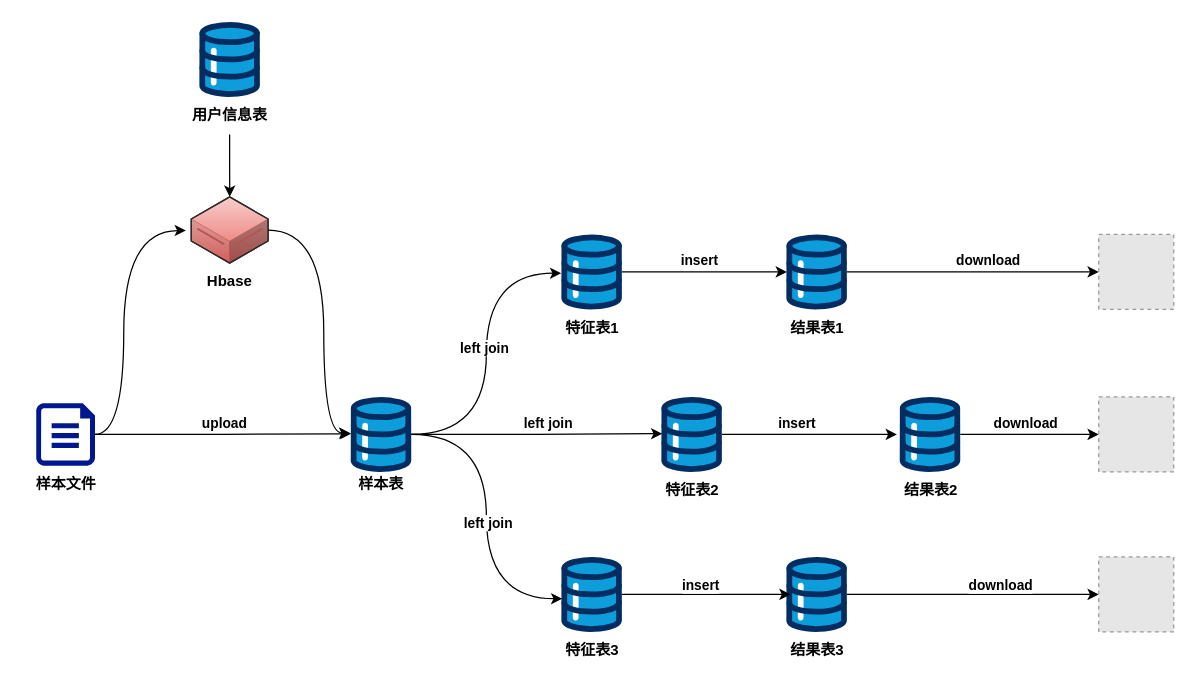
Earlier version of the draw.io diagram 未命名绘图.drawio (999V/draw). Source tidied: cells renumbered, new cells numbered last; positions are measured from the earlier drawing's top-left corner, leaving out a move shared by most shapes. Both pictures are drawn from the tidied source at 125%, with x=0, y=0 at pixel (21, 21). Pictures stored in the file or linked from it are replaced by grey dashed boxes.
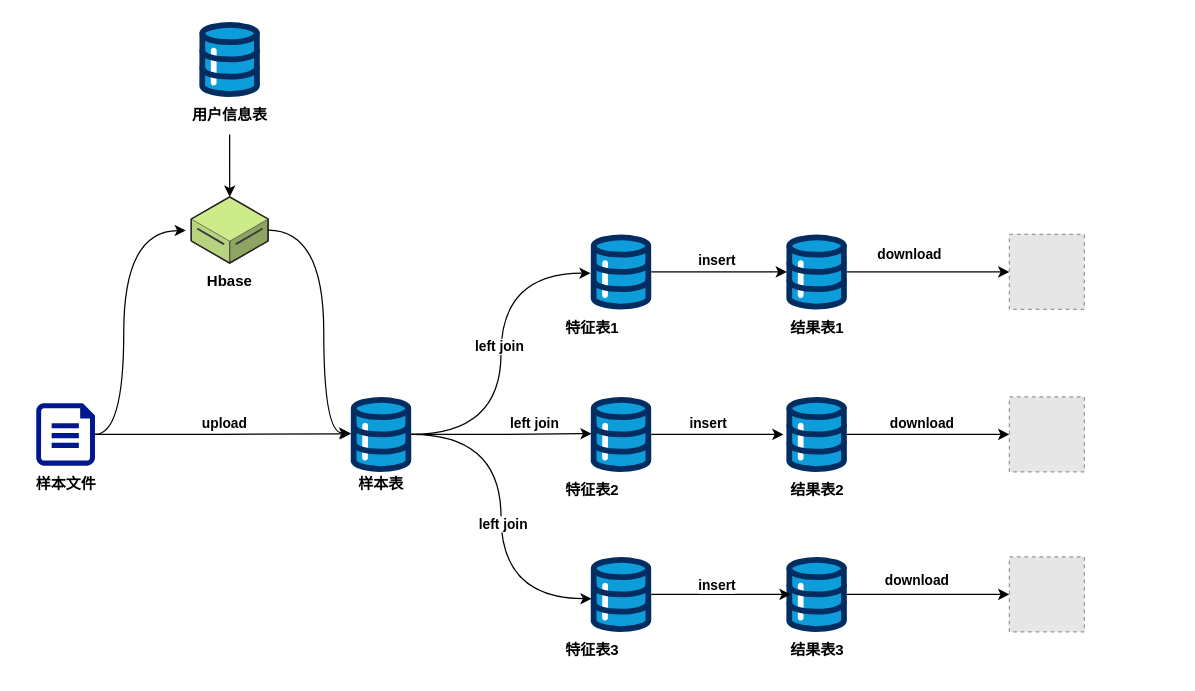
The same diagram, later.

Unchanged cells that the change refers to:
```xml
<mxCell id="18" style="edgeStyle=orthogonalEdgeStyle;rounded=0;jettySize=auto;html=1;entryX=0.015;entryY=0.49;entryDx=0;entryDy=0;entryPerimeter=0;fontStyle=1;" parent="1" edge="1" source="5" target="14">
  <mxGeometry relative="1" as="geometry" />
</mxCell>
<mxCell id="22" style="edgeStyle=orthogonalEdgeStyle;rounded=0;jettySize=auto;html=1;fontStyle=1;" parent="1" edge="1" source="24" target="40">
  <mxGeometry relative="1" as="geometry" />
</mxCell>
<mxCell id="34" style="edgeStyle=orthogonalEdgeStyle;rounded=0;jettySize=auto;html=1;fontStyle=1;" parent="1" edge="1" source="36" target="42">
  <mxGeometry relative="1" as="geometry" />
</mxCell>
```

Diff of the diagram source:
```diff
@@
     <mxCell id="12" style="verticalLabelPosition=bottom;html=1;shape=mxgraph.salesforce.data;fontStyle=1;" parent="1" vertex="1">
-      <mxGeometry x="431.5" y="170" width="48.6" height="60" as="geometry" />
+      <mxGeometry x="455" y="170" width="48.6" height="60" as="geometry" />
     </mxCell>
@@
     <mxCell id="14" style="verticalLabelPosition=bottom;html=1;shape=mxgraph.salesforce.data;fontStyle=1;" parent="1" vertex="1">
-      <mxGeometry x="511.5" y="300" width="48.6" height="60" as="geometry" />
+      <mxGeometry x="455" y="300" width="48.6" height="60" as="geometry" />
     </mxCell>
     <mxCell id="15" value="特征表2" style="text;html=1;align=center;verticalAlign=middle;strokeColor=none;fillColor=none;fontStyle=1;" parent="1" vertex="1">
-      <mxGeometry x="500.8" y="360" width="70" height="30" as="geometry" />
+      <mxGeometry x="420.8" y="360" width="70" height="30" as="geometry" />
     </mxCell>
     <mxCell id="16" style="verticalLabelPosition=bottom;html=1;shape=mxgraph.salesforce.data;fontStyle=1;" parent="1" vertex="1">
-      <mxGeometry x="431.5" y="428" width="48.6" height="60" as="geometry" />
+      <mxGeometry x="455" y="428" width="48.6" height="60" as="geometry" />
     </mxCell>
@@
     <mxCell id="19" value="left join" style="edgeLabel;html=1;align=center;verticalAlign=middle;fontStyle=1;" parent="18" vertex="1">
       <mxGeometry x="0.06" y="-2" relative="1" as="geometry">
-        <mxPoint x="3" y="-11" as="offset" />
+        <mxPoint x="22" y="-11" as="offset" />
       </mxGeometry>
     </mxCell>
@@
     <mxCell id="23" value="download" style="edgeLabel;html=1;align=center;verticalAlign=middle;fontStyle=1;" parent="22" vertex="1">
       <mxGeometry x="-0.07" y="-2" relative="1" as="geometry">
-        <mxPoint x="18" y="-12" as="offset" />
+        <mxPoint x="-11" y="-17" as="offset" />
       </mxGeometry>
     </mxCell>
@@
     <mxCell id="30" style="verticalLabelPosition=bottom;html=1;shape=mxgraph.salesforce.data;fontStyle=1;fillColor=#cdeb8b;strokeColor=#36393d;" parent="1" vertex="1">
-      <mxGeometry x="702.2" y="300" width="48.6" height="60" as="geometry" />
+      <mxGeometry x="611.5" y="300" width="48.6" height="60" as="geometry" />
     </mxCell>
     <mxCell id="31" value="结果表2" style="text;html=1;align=center;verticalAlign=middle;strokeColor=none;fillColor=none;fontStyle=1;" parent="1" vertex="1">
-      <mxGeometry x="691.5" y="360" width="70" height="30" as="geometry" />
+      <mxGeometry x="600.8" y="360" width="70" height="30" as="geometry" />
     </mxCell>
@@
     <mxCell id="35" value="download" style="edgeLabel;html=1;align=center;verticalAlign=middle;fontStyle=1;" parent="34" vertex="1">
       <mxGeometry x="-0.06" y="1" relative="1" as="geometry">
-        <mxPoint x="27" y="-7" as="offset" />
+        <mxPoint x="-6" y="-11" as="offset" />
       </mxGeometry>
     </mxCell>
@@
     <mxCell id="40" style="fillColor=#E6E6E6;strokeColor=#999999;dashed=1;html=1;verticalAlign=top;verticalLabelPosition=bottom;labelBackgroundColor=#ffffff;fontStyle=1;" parent="1" vertex="1">
-      <mxGeometry x="861.5" y="170" width="60" height="60" as="geometry" />
+      <mxGeometry x="790" y="170" width="60" height="60" as="geometry" />
     </mxCell>
     <mxCell id="41" style="fillColor=#E6E6E6;strokeColor=#999999;dashed=1;html=1;verticalAlign=top;verticalLabelPosition=bottom;labelBackgroundColor=#ffffff;fontStyle=1;" parent="1" vertex="1">
-      <mxGeometry x="861.5" y="300" width="60" height="60" as="geometry" />
+      <mxGeometry x="790" y="300" width="60" height="60" as="geometry" />
     </mxCell>
     <mxCell id="42" style="fillColor=#E6E6E6;strokeColor=#999999;dashed=1;html=1;verticalAlign=top;verticalLabelPosition=bottom;labelBackgroundColor=#ffffff;fontStyle=1;" parent="1" vertex="1">
-      <mxGeometry x="861.5" y="428" width="60" height="60" as="geometry" />
+      <mxGeometry x="790" y="428" width="60" height="60" as="geometry" />
     </mxCell>
-    <mxCell id="43" style="verticalLabelPosition=bottom;html=1;verticalAlign=top;strokeWidth=1;align=center;outlineConnect=0;dashed=0;outlineConnect=0;shape=mxgraph.aws3d.dataServer;strokeColor=#b85450;fontStyle=1;fillColor=#f8cecc;gradientColor=#ea6b66;" parent="1" vertex="1">
+    <mxCell id="43" style="verticalLabelPosition=bottom;html=1;verticalAlign=top;strokeWidth=1;align=center;outlineConnect=0;dashed=0;outlineConnect=0;shape=mxgraph.aws3d.dataServer;strokeColor=#36393d;fontStyle=1;fillColor=#cdeb8b;" parent="1" vertex="1">
       <mxGeometry x="135.5" y="140" width="61.5" height="53" as="geometry" />
     </mxCell>
```
